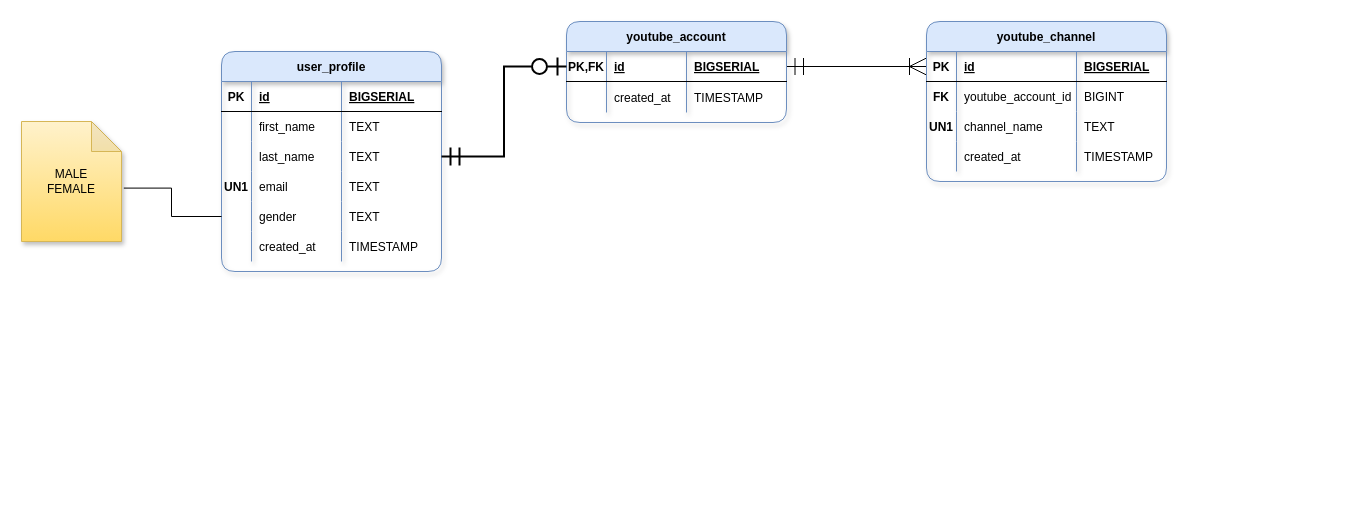
Above: page "ERD" (3 of 3) of ERD/Youtube Database Design.drawio in osman-software-engineer/sql-project-3 (draw.io), before the change. Source tidied: cells renumbered, new cells numbered last; positions are measured from the earlier drawing's top-left corner, leaving out a move shared by most shapes. Both pictures are drawn from the tidied source at 100%, with x=0, y=0 at pixel (21, 21).
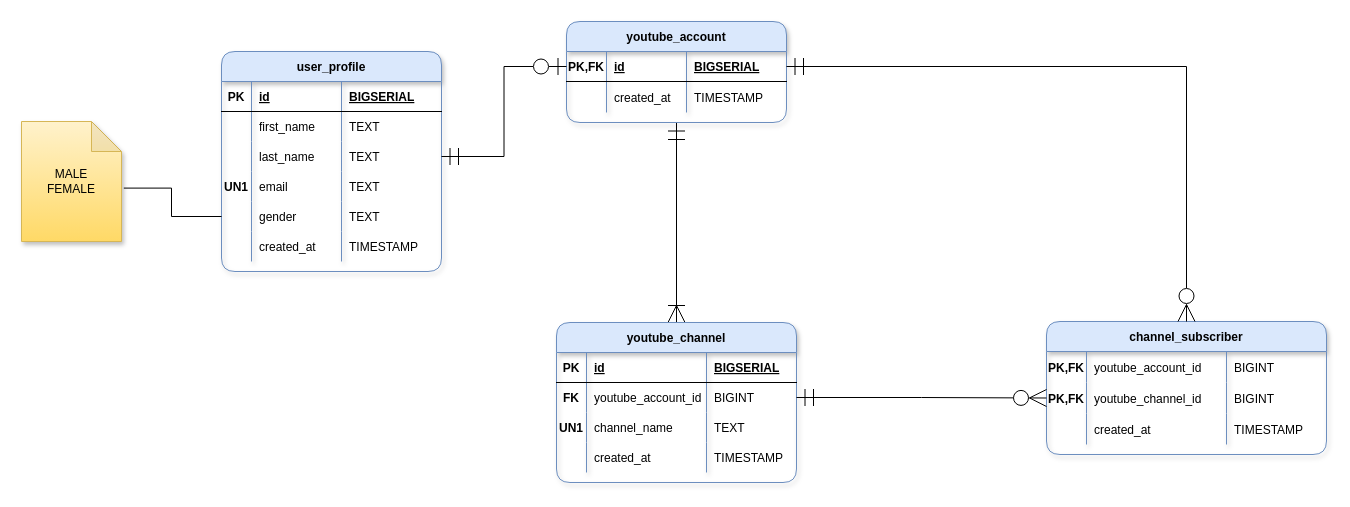
The same diagram, later.

Unchanged cells that the change refers to:
```xml
<mxCell id="12" style="shape=tableRow;horizontal=0;startSize=0;swimlaneHead=0;swimlaneBody=0;fillColor=none;points=[[0,0.5],[1,0.5]];portConstraint=eastwest;top=0;left=0;right=0;bottom=0;" parent="3" vertex="1">
  <mxGeometry y="90" width="220" height="30" as="geometry" />
</mxCell>
<mxCell id="31" value="youtube_account" style="shape=table;startSize=30;childLayout=tableLayout;rowLines=0;fontStyle=1;align=center;rounded=1;swimlaneLine=1;fillColor=#dae8fc;strokeColor=#6c8ebf;shadow=1;sketch=0;" parent="1" vertex="1">
  <mxGeometry x="545" width="220" height="101" as="geometry" />
</mxCell>
<mxCell id="32" style="shape=tableRow;horizontal=0;startSize=0;swimlaneHead=0;swimlaneBody=0;fillColor=none;points=[[0,0.5],[1,0.5]];portConstraint=eastwest;top=0;left=0;right=0;bottom=1;" parent="31" vertex="1">
  <mxGeometry y="30" width="220" height="30" as="geometry" />
</mxCell>
<mxCell id="41" style="shape=tableRow;horizontal=0;startSize=0;swimlaneHead=0;swimlaneBody=0;fillColor=none;points=[[0,0.5],[1,0.5]];portConstraint=eastwest;top=0;left=0;right=0;bottom=1;" parent="40" vertex="1">
  <mxGeometry y="30" width="240" height="30" as="geometry" />
</mxCell>
<mxCell id="45" style="shape=tableRow;horizontal=0;startSize=0;swimlaneHead=0;swimlaneBody=0;fillColor=none;points=[[0,0.5],[1,0.5]];portConstraint=eastwest;top=0;left=0;right=0;bottom=0;" parent="40" vertex="1">
  <mxGeometry y="60" width="240" height="30" as="geometry" />
</mxCell>
```

Diff of the diagram source:
```diff
@@
-    <mxCell id="30" style="edgeStyle=orthogonalEdgeStyle;rounded=0;jettySize=auto;html=1;exitX=1;exitY=0.5;exitDx=0;exitDy=0;endArrow=ERoneToMany;endFill=0;endSize=15;startArrow=ERmandOne;startFill=0;startSize=15;entryX=0;entryY=0.5;entryDx=0;entryDy=0;" parent="1" edge="1" source="32" target="41">
+    <mxCell id="30" style="edgeStyle=orthogonalEdgeStyle;rounded=0;jettySize=auto;html=1;exitX=0.5;exitY=1;exitDx=0;exitDy=0;endArrow=ERoneToMany;endFill=0;endSize=15;startArrow=ERmandOne;startFill=0;startSize=15;entryX=0.5;entryY=0;entryDx=0;entryDy=0;" parent="1" edge="1" source="31" target="40">
       <mxGeometry relative="1" as="geometry" />
     </mxCell>
@@
     <mxCell id="40" value="youtube_channel" style="shape=table;startSize=30;childLayout=tableLayout;rowLines=0;fontStyle=1;align=center;rounded=1;swimlaneLine=1;fillColor=#dae8fc;strokeColor=#6c8ebf;shadow=1;sketch=0;" parent="1" vertex="1">
-      <mxGeometry x="905" width="240" height="160" as="geometry" />
+      <mxGeometry x="535" y="301" width="240" height="160" as="geometry" />
     </mxCell>
@@
-    <mxCell id="57" style="edgeStyle=orthogonalEdgeStyle;rounded=0;jettySize=auto;html=1;entryX=0;entryY=0.5;entryDx=0;entryDy=0;strokeWidth=2;fontSize=13;startArrow=ERmandOne;startFill=0;endArrow=ERzeroToOne;endFill=0;startSize=15;endSize=15;" parent="1" edge="1" source="12" target="32">
+    <mxCell id="57" style="edgeStyle=orthogonalEdgeStyle;rounded=0;jettySize=auto;html=1;entryX=0;entryY=0.5;entryDx=0;entryDy=0;strokeWidth=1;fontSize=13;startArrow=ERmandOne;startFill=0;endArrow=ERzeroToOne;endFill=0;startSize=15;endSize=15;" parent="1" edge="1" source="12" target="32">
       <mxGeometry relative="1" as="geometry" />
     </mxCell>
+    <mxCell id="58" value="channel_subscriber" style="shape=table;startSize=30;childLayout=tableLayout;rowLines=0;fontStyle=1;align=center;rounded=1;swimlaneLine=1;fillColor=#dae8fc;strokeColor=#6c8ebf;shadow=1;sketch=0;" parent="1" vertex="1">
+      <mxGeometry x="1025" y="300" width="280" height="133" as="geometry" />
+    </mxCell>
+    <mxCell id="59" style="shape=tableRow;horizontal=0;startSize=0;swimlaneHead=0;swimlaneBody=0;fillColor=none;top=0;left=0;right=0;bottom=0;" parent="58" vertex="1">
+      <mxGeometry y="30" width="280" height="31" as="geometry" />
+    </mxCell>
+    <mxCell id="60" value="PK,FK" style="shape=partialRectangle;fillColor=none;top=0;left=0;bottom=0;right=0;overflow=hidden;fontStyle=1;" parent="59" vertex="1">
+      <mxGeometry width="40" height="31" as="geometry" />
+    </mxCell>
+    <mxCell id="61" value="youtube_account_id" style="shape=partialRectangle;fillColor=none;top=0;left=0;bottom=0;right=0;align=left;spacingLeft=6;overflow=hidden;" parent="59" vertex="1">
+      <mxGeometry x="40" width="140" height="31" as="geometry" />
+    </mxCell>
+    <mxCell id="62" value="BIGINT" style="shape=partialRectangle;fillColor=none;top=0;left=0;bottom=0;right=0;align=left;spacingLeft=6;overflow=hidden;" parent="59" vertex="1">
+      <mxGeometry x="180" width="100" height="31" as="geometry" />
+    </mxCell>
+    <mxCell id="63" style="shape=tableRow;horizontal=0;startSize=0;swimlaneHead=0;swimlaneBody=0;fillColor=none;points=[[0,0.5],[1,0.5]];portConstraint=eastwest;top=0;left=0;right=0;bottom=0;" parent="58" vertex="1">
+      <mxGeometry y="61" width="280" height="31" as="geometry" />
+    </mxCell>
+    <mxCell id="64" value="PK,FK" style="shape=partialRectangle;fillColor=none;top=0;left=0;bottom=0;right=0;overflow=hidden;fontStyle=1;" parent="63" vertex="1">
+      <mxGeometry width="40" height="31" as="geometry" />
+    </mxCell>
+    <mxCell id="65" value="youtube_channel_id" style="shape=partialRectangle;fillColor=none;top=0;left=0;bottom=0;right=0;align=left;spacingLeft=6;overflow=hidden;" parent="63" vertex="1">
+      <mxGeometry x="40" width="140" height="31" as="geometry" />
+    </mxCell>
+    <mxCell id="66" value="BIGINT" style="shape=partialRectangle;fillColor=none;top=0;left=0;bottom=0;right=0;align=left;spacingLeft=6;overflow=hidden;" parent="63" vertex="1">
+      <mxGeometry x="180" width="100" height="31" as="geometry" />
+    </mxCell>
+    <mxCell id="67" style="shape=tableRow;horizontal=0;startSize=0;swimlaneHead=0;swimlaneBody=0;fillColor=none;top=0;left=0;right=0;bottom=0;" parent="58" vertex="1">
+      <mxGeometry y="92" width="280" height="31" as="geometry" />
+    </mxCell>
+    <mxCell id="68" style="shape=partialRectangle;fillColor=none;top=0;left=0;bottom=0;right=0;overflow=hidden;" parent="67" vertex="1">
+      <mxGeometry width="40" height="31" as="geometry" />
+    </mxCell>
+    <mxCell id="69" value="created_at" style="shape=partialRectangle;fillColor=none;top=0;left=0;bottom=0;right=0;align=left;spacingLeft=6;overflow=hidden;" parent="67" vertex="1">
+      <mxGeometry x="40" width="140" height="31" as="geometry" />
+    </mxCell>
+    <mxCell id="70" value="TIMESTAMP" style="shape=partialRectangle;fillColor=none;top=0;left=0;bottom=0;right=0;align=left;spacingLeft=6;overflow=hidden;" parent="67" vertex="1">
+      <mxGeometry x="180" width="100" height="31" as="geometry" />
+    </mxCell>
+    <mxCell id="71" style="edgeStyle=orthogonalEdgeStyle;rounded=0;jettySize=auto;html=1;strokeWidth=1;startArrow=ERmandOne;startFill=0;endArrow=ERzeroToMany;endFill=0;endSize=15;startSize=15;" parent="1" edge="1" source="32" target="58">
+      <mxGeometry relative="1" as="geometry" />
+    </mxCell>
+    <mxCell id="72" style="edgeStyle=orthogonalEdgeStyle;rounded=0;jettySize=auto;html=1;strokeWidth=1;startArrow=ERmandOne;startFill=0;endArrow=ERzeroToMany;endFill=0;endSize=15;startSize=15;" parent="1" edge="1" source="45" target="63">
+      <mxGeometry relative="1" as="geometry" />
+    </mxCell>
```
